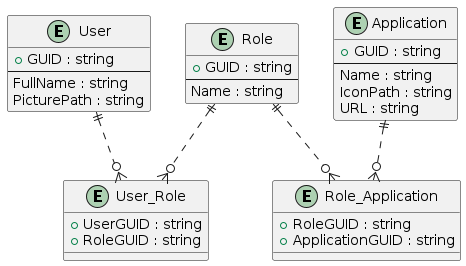
Earlier version of the PlantUML export diagrams/user_role_application_diagram.png (StelArian/users-roles-apps).
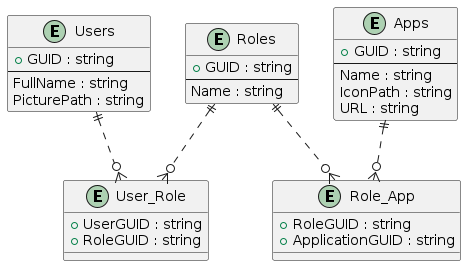
Later version of the same file.

Commit message:
users + roles + apps @ fe

The edit, as a diff of the source:
```diff
@@ -1,19 +1,19 @@
 @startuml
 
-entity "User" as user {
+entity "Users" as user {
   + GUID : string
   --
   FullName : string
   PicturePath : string
 }
 
-entity "Role" as role {
+entity "Roles" as role {
   + GUID : string
   --
   Name : string
 }
 
-entity "Application" as application {
+entity "Apps" as application {
   + GUID : string
   --
   Name : string
@@ -26,7 +26,7 @@
   + RoleGUID : string
 }
 
-entity "Role_Application" as role_application {
+entity "Role_App" as role_application {
   + RoleGUID : string
   + ApplicationGUID : string
 }
```
